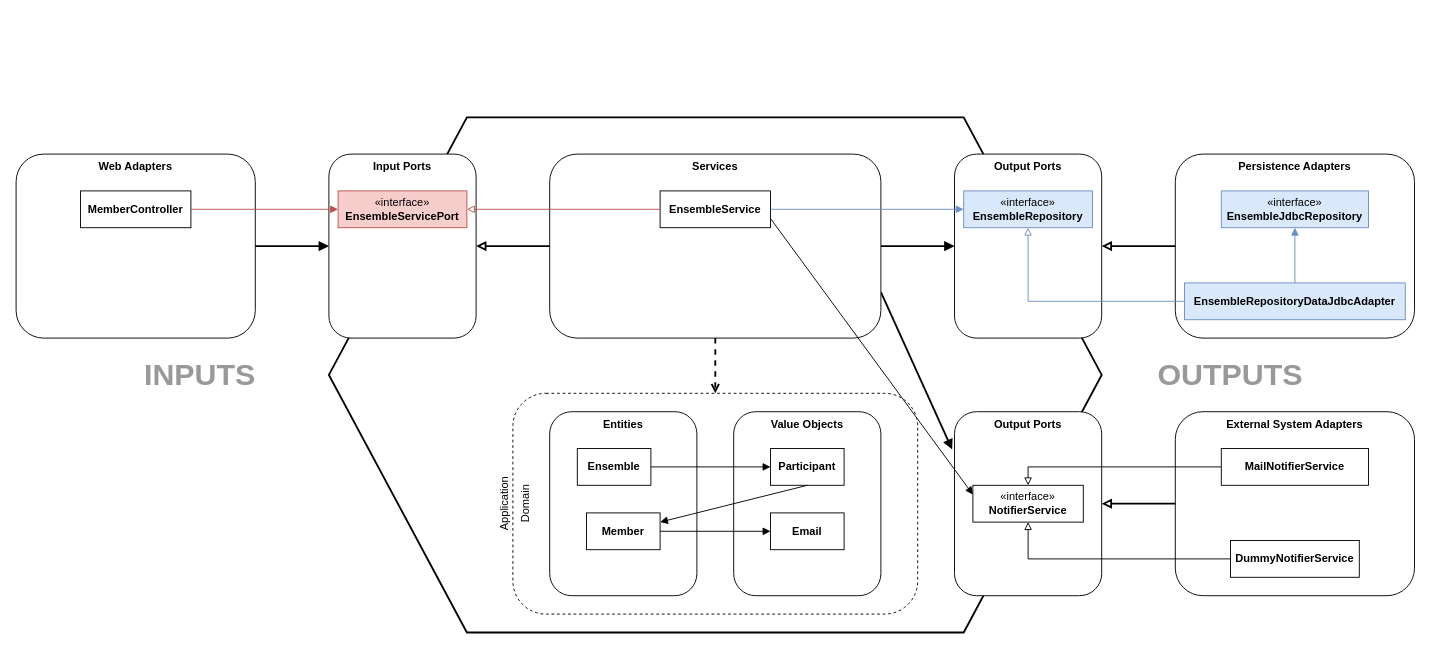
The draw.io diagram oefeningen/les-3/lesprogramma/2_code_aanpassen/aanpassingen.drawio in AIM-ENE/doex-opdracht-4, before the edit. Source tidied: cells renumbered, new cells numbered last; positions are measured from the earlier drawing's top-left corner, leaving out a move shared by most shapes. Both pictures are drawn from the tidied source at 92%, with x=0, y=0 at pixel (16, 117).
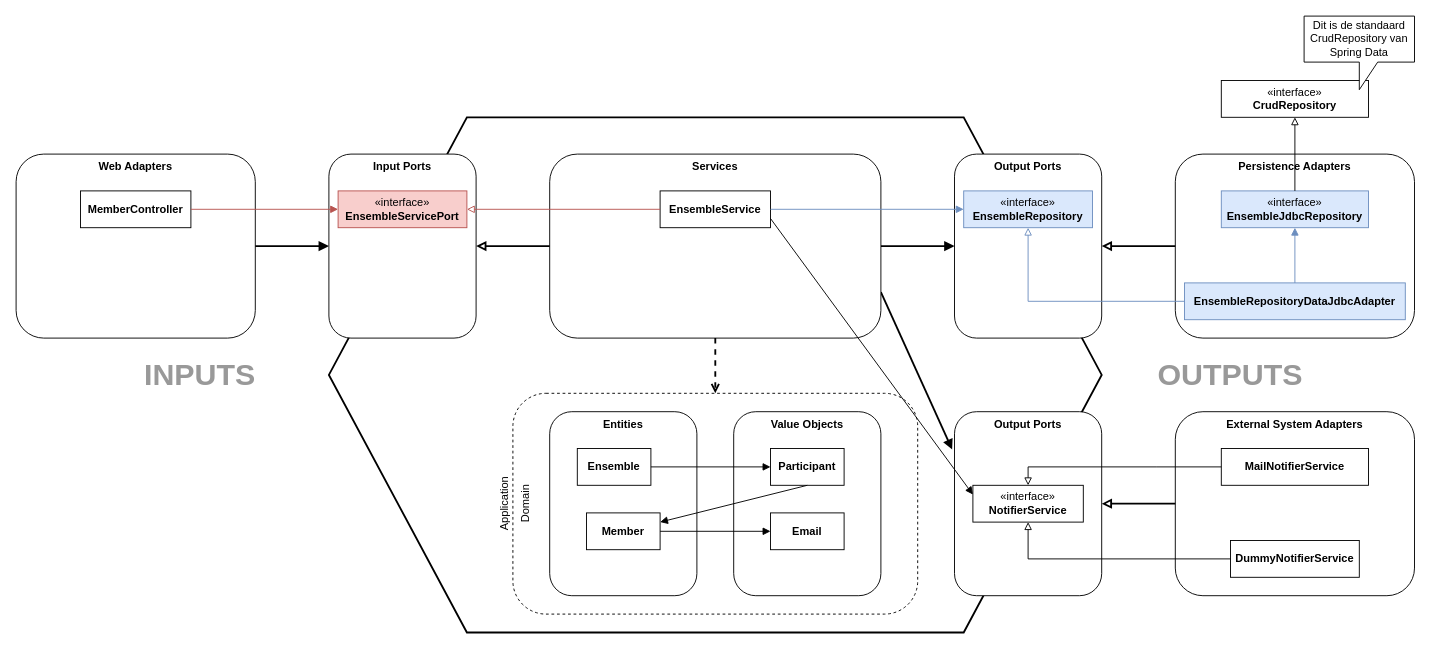
After the change.

Unchanged cells that the change refers to:
```xml
<mxCell id="47" value="«interface»&lt;br&gt;&lt;b&gt;EnsembleJdbcRepository&lt;/b&gt;" style="html=1;whiteSpace=wrap;snapToPoint=0;fillColor=#dae8fc;strokeColor=#6c8ebf;" parent="26" vertex="1">
  <mxGeometry x="1310" y="80" width="160" height="40" as="geometry" />
</mxCell>
```

The edit, as a diff of the source:
```diff
@@
+    <mxCell id="51" style="endArrow=block;html=1;rounded=0;strokeWidth=1;endFill=0;exitX=0.5;exitY=0;exitDx=0;exitDy=0;fillColor=#f8cecc;strokeColor=#000000;" parent="26" edge="1" source="47" target="52">
+      <mxGeometry relative="1" as="geometry" />
+    </mxCell>
+    <mxCell id="52" value="«interface»&lt;br&gt;&lt;b&gt;CrudRepository&lt;/b&gt;" style="html=1;whiteSpace=wrap;snapToPoint=0;" parent="26" vertex="1">
+      <mxGeometry x="1310" y="-40" width="160" height="40" as="geometry" />
+    </mxCell>
+    <mxCell id="53" value="Dit is de standaard CrudRepository van Spring Data" style="shape=callout;whiteSpace=wrap;html=1;perimeter=calloutPerimeter;" parent="26" vertex="1">
+      <mxGeometry x="1400" y="-110" width="120" height="80" as="geometry" />
+    </mxCell>
```
